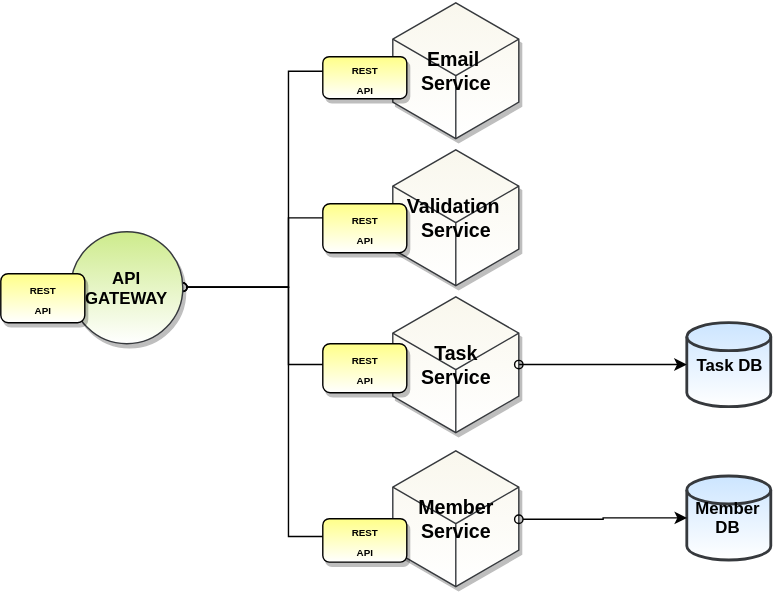
Above: Task Management Microservice Architecture.svg in Frong-nt/Task-Management-Services (draw.io), before the change. Source tidied: cells renumbered, new cells last; positions are measured from the earlier drawing's top-left corner, leaving out a move shared by most shapes.
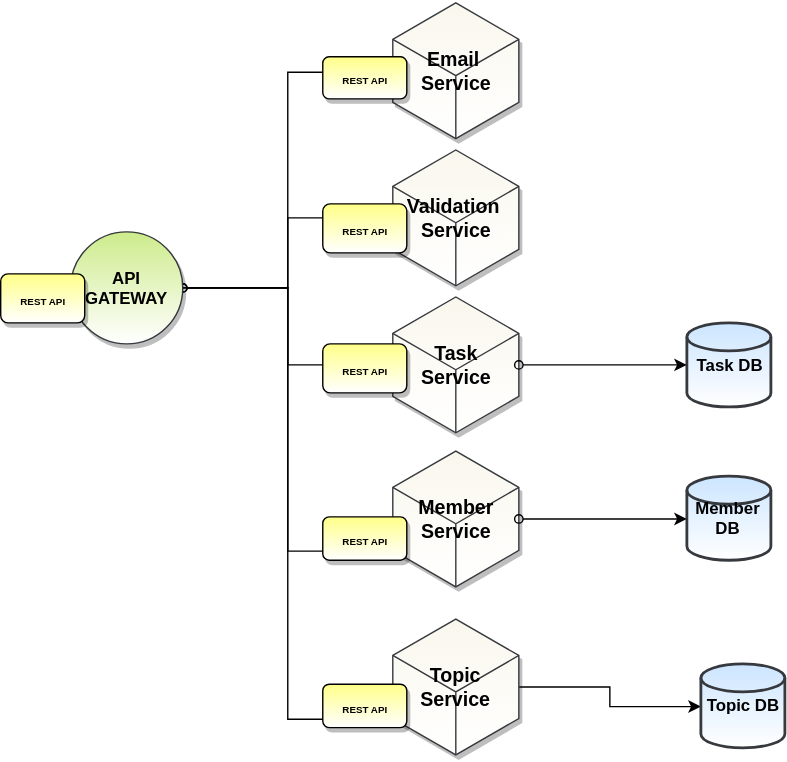
After the commit.

The edit, as a diff of the source:
```diff
@@ -29,7 +29,7 @@
     <mxCell id="10" style="edgeStyle=orthogonalEdgeStyle;rounded=0;jettySize=auto;html=1;startArrow=oval;startFill=0;" parent="1" edge="1" source="12" target="4">
       <mxGeometry relative="1" as="geometry" />
     </mxCell>
-    <mxCell id="11" style="edgeStyle=orthogonalEdgeStyle;rounded=0;jettySize=auto;html=1;entryX=0.001;entryY=0.628;entryDx=0;entryDy=0;entryPerimeter=0;startArrow=oval;startFill=0;" parent="1" edge="1" source="12" target="5">
+    <mxCell id="11" style="edgeStyle=orthogonalEdgeStyle;rounded=0;jettySize=auto;html=1;entryX=0;entryY=0;entryDx=0;entryDy=72.5;entryPerimeter=0;" parent="1" edge="1" source="12" target="5">
       <mxGeometry relative="1" as="geometry" />
     </mxCell>
     <mxCell id="12" value="&lt;b&gt;API GATEWAY&lt;/b&gt;" style="ellipse;whiteSpace=wrap;html=1;fillColor=#cdeb8b;strokeColor=#36393d;shadow=1;gradientColor=#ffffff;" parent="1" vertex="1">
@@ -45,20 +45,35 @@
     <mxCell id="14" style="edgeStyle=orthogonalEdgeStyle;rounded=0;jettySize=auto;html=1;entryX=0;entryY=0.5;entryDx=0;entryDy=0;entryPerimeter=0;startArrow=oval;startFill=0;" parent="1" edge="1" source="5" target="7">
       <mxGeometry relative="1" as="geometry" />
     </mxCell>
-    <mxCell id="15" value="&lt;b&gt;&lt;font style=&quot;font-size: 7px&quot;&gt;REST &lt;br&gt;API&lt;/font&gt;&lt;/b&gt;" style="rounded=1;whiteSpace=wrap;html=1;shadow=1;strokeColor=#000000;fillColor=#ffff88;gradientColor=#ffffff;glass=0;comic=0;" parent="1" vertex="1">
+    <mxCell id="15" value="&lt;b&gt;&lt;font style=&quot;font-size: 7px&quot;&gt;REST API&lt;/font&gt;&lt;/b&gt;" style="rounded=1;whiteSpace=wrap;html=1;shadow=1;strokeColor=#000000;fillColor=#ffff88;gradientColor=#ffffff;glass=0;comic=0;" parent="1" vertex="1">
       <mxGeometry x="230" y="40" width="60" height="30" as="geometry" />
     </mxCell>
-    <mxCell id="16" value="&lt;font style=&quot;font-size: 7px&quot;&gt;&lt;b&gt;REST &lt;br&gt;API&lt;/b&gt;&lt;/font&gt;" style="rounded=1;whiteSpace=wrap;html=1;shadow=1;strokeColor=#000000;fillColor=#ffff88;gradientColor=#ffffff;glass=0;comic=0;" parent="1" vertex="1">
+    <mxCell id="16" value="&lt;font style=&quot;font-size: 7px&quot;&gt;&lt;b&gt;REST API&lt;/b&gt;&lt;/font&gt;" style="rounded=1;whiteSpace=wrap;html=1;shadow=1;strokeColor=#000000;fillColor=#ffff88;gradientColor=#ffffff;glass=0;comic=0;" parent="1" vertex="1">
       <mxGeometry x="230" y="145" width="60" height="35" as="geometry" />
     </mxCell>
-    <mxCell id="17" value="&lt;b&gt;&lt;font style=&quot;font-size: 7px&quot;&gt;REST &lt;br&gt;API&lt;/font&gt;&lt;/b&gt;" style="rounded=1;whiteSpace=wrap;html=1;shadow=1;strokeColor=#000000;fillColor=#ffff88;gradientColor=#ffffff;glass=0;comic=0;" parent="1" vertex="1">
+    <mxCell id="17" value="&lt;b&gt;&lt;font style=&quot;font-size: 7px&quot;&gt;REST API&lt;/font&gt;&lt;/b&gt;" style="rounded=1;whiteSpace=wrap;html=1;shadow=1;strokeColor=#000000;fillColor=#ffff88;gradientColor=#ffffff;glass=0;comic=0;" parent="1" vertex="1">
       <mxGeometry x="230" y="245" width="60" height="35" as="geometry" />
     </mxCell>
-    <mxCell id="18" value="&lt;b&gt;&lt;font style=&quot;font-size: 7px&quot;&gt;REST &lt;br&gt;API&lt;/font&gt;&lt;/b&gt;" style="rounded=1;whiteSpace=wrap;html=1;shadow=1;strokeColor=#000000;fillColor=#ffff88;gradientColor=#ffffff;glass=0;comic=0;" parent="1" vertex="1">
-      <mxGeometry x="230" y="370" width="60" height="31" as="geometry" />
+    <mxCell id="18" value="&lt;b&gt;&lt;font style=&quot;font-size: 7px&quot;&gt;REST API&lt;/font&gt;&lt;/b&gt;" style="rounded=1;whiteSpace=wrap;html=1;shadow=1;strokeColor=#000000;fillColor=#ffff88;gradientColor=#ffffff;glass=0;comic=0;" parent="1" vertex="1">
+      <mxGeometry x="230" y="368.5" width="60" height="31" as="geometry" />
     </mxCell>
-    <mxCell id="19" value="&lt;b&gt;&lt;font style=&quot;font-size: 7px&quot;&gt;REST &lt;br&gt;API&lt;/font&gt;&lt;/b&gt;" style="rounded=1;whiteSpace=wrap;html=1;shadow=1;strokeColor=#000000;fillColor=#ffff88;gradientColor=#ffffff;glass=0;comic=0;" parent="1" vertex="1">
+    <mxCell id="19" value="&lt;b&gt;&lt;font style=&quot;font-size: 7px&quot;&gt;REST API&lt;/font&gt;&lt;/b&gt;" style="rounded=1;whiteSpace=wrap;html=1;shadow=1;strokeColor=#000000;fillColor=#ffff88;gradientColor=#ffffff;glass=0;comic=0;" parent="1" vertex="1">
       <mxGeometry y="195" width="60" height="35" as="geometry" />
     </mxCell>
+    <mxCell id="20" style="edgeStyle=orthogonalEdgeStyle;rounded=0;jettySize=auto;html=1;entryX=0;entryY=0.5;entryDx=0;entryDy=0;entryPerimeter=0;" parent="1" edge="1" source="21" target="22">
+      <mxGeometry relative="1" as="geometry" />
+    </mxCell>
+    <mxCell id="21" value="&lt;span style=&quot;font-size: 14px&quot;&gt;&lt;b&gt;Topic Service&lt;/b&gt;&lt;/span&gt;" style="html=1;whiteSpace=wrap;shape=isoCube;backgroundOutline=1;fillColor=#f9f7ed;strokeColor=#36393d;shadow=1;gradientColor=#ffffff;" parent="1" vertex="1">
+      <mxGeometry x="280" y="440" width="90" height="100" as="geometry" />
+    </mxCell>
+    <mxCell id="22" value="&lt;b&gt;&lt;font style=&quot;font-size: 12px&quot;&gt;Topic DB&lt;/font&gt;&lt;/b&gt;" style="strokeWidth=2;html=1;shape=mxgraph.flowchart.database;whiteSpace=wrap;fillColor=#cce5ff;strokeColor=#36393d;gradientColor=#ffffff;" parent="1" vertex="1">
+      <mxGeometry x="500" y="473.5" width="60" height="60" as="geometry" />
+    </mxCell>
+    <mxCell id="23" style="edgeStyle=orthogonalEdgeStyle;rounded=0;jettySize=auto;html=1;entryX=0;entryY=0;entryDx=0;entryDy=72.5;entryPerimeter=0;" parent="1" edge="1" source="12" target="21">
+      <mxGeometry relative="1" as="geometry" />
+    </mxCell>
+    <mxCell id="24" value="&lt;b&gt;&lt;font style=&quot;font-size: 7px&quot;&gt;REST API&lt;/font&gt;&lt;/b&gt;" style="rounded=1;whiteSpace=wrap;html=1;shadow=1;strokeColor=#000000;fillColor=#ffff88;gradientColor=#ffffff;glass=0;comic=0;" parent="1" vertex="1">
+      <mxGeometry x="230" y="488" width="60" height="31" as="geometry" />
+    </mxCell>
   </root>
 </mxGraphModel>
```
